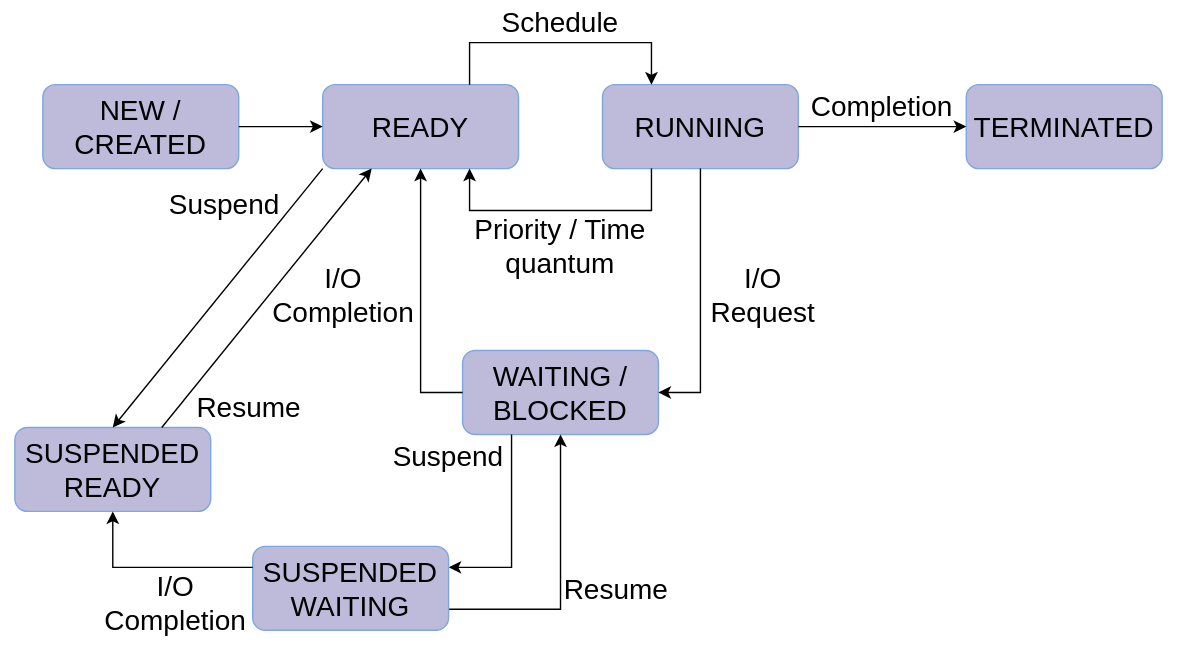
Above: content/chapters/compute/lecture/media/thread-states-extended.svg in VladNastase/operating-systems (draw.io), before the change. Source tidied: cells renumbered, new cells last; positions are measured from the earlier drawing's top-left corner, leaving out a move shared by most shapes. The source it was exported from:
```xml
<mxGraphModel>
  <root>
    <mxCell id="0" />
    <mxCell id="1" parent="0" />
    <mxCell id="2" style="rounded=0;whiteSpace=wrap;html=1;fontSize=20;strokeColor=#FFFFFF;fillColor=#FFFFFF;" parent="1" vertex="1">
      <mxGeometry width="840" height="460" as="geometry" />
    </mxCell>
    <mxCell id="3" value="NEW / CREATED" style="rounded=1;whiteSpace=wrap;html=1;fontSize=20;fillColor=#bebada;strokeColor=#7EA6E0;" parent="1" vertex="1">
      <mxGeometry x="30" y="60" width="140" height="60" as="geometry" />
    </mxCell>
    <mxCell id="4" value="READY" style="rounded=1;whiteSpace=wrap;html=1;fontSize=20;fillColor=#bebada;strokeColor=#7EA6E0;" parent="1" vertex="1">
      <mxGeometry x="230" y="60" width="140" height="60" as="geometry" />
    </mxCell>
    <mxCell id="5" value="RUNNING" style="rounded=1;whiteSpace=wrap;html=1;fontSize=20;fillColor=#bebada;strokeColor=#7EA6E0;" parent="1" vertex="1">
      <mxGeometry x="430" y="60" width="140" height="60" as="geometry" />
    </mxCell>
    <mxCell id="6" value="TERMINATED" style="rounded=1;whiteSpace=wrap;html=1;fontSize=20;fillColor=#bebada;strokeColor=#7EA6E0;" parent="1" vertex="1">
      <mxGeometry x="690" y="60" width="140" height="60" as="geometry" />
    </mxCell>
    <mxCell id="7" value="WAITING / BLOCKED" style="rounded=1;whiteSpace=wrap;html=1;fontSize=20;fillColor=#bebada;strokeColor=#7EA6E0;" parent="1" vertex="1">
      <mxGeometry x="330" y="250" width="140" height="60" as="geometry" />
    </mxCell>
    <mxCell id="8" style="endArrow=classic;html=1;rounded=0;entryX=0;entryY=0.5;entryDx=0;entryDy=0;exitX=1;exitY=0.5;exitDx=0;exitDy=0;fontSize=20;" parent="1" edge="1" source="3" target="4">
      <mxGeometry relative="1" as="geometry" />
    </mxCell>
    <mxCell id="9" style="endArrow=classic;html=1;rounded=0;fontSize=20;entryX=0.25;entryY=0;entryDx=0;entryDy=0;exitX=0.75;exitY=0;exitDx=0;exitDy=0;" parent="1" edge="1" source="4" target="5">
      <mxGeometry relative="1" as="geometry">
        <Array as="points">
          <mxPoint x="335" y="30" />
          <mxPoint x="400" y="30" />
          <mxPoint x="465" y="30" />
        </Array>
      </mxGeometry>
    </mxCell>
    <mxCell id="10" style="endArrow=classic;html=1;rounded=0;fontSize=20;entryX=0.75;entryY=1;entryDx=0;entryDy=0;exitX=0.25;exitY=1;exitDx=0;exitDy=0;" parent="1" edge="1" source="5" target="4">
      <mxGeometry relative="1" as="geometry">
        <Array as="points">
          <mxPoint x="465" y="150" />
          <mxPoint x="400" y="150" />
          <mxPoint x="335" y="150" />
        </Array>
      </mxGeometry>
    </mxCell>
    <mxCell id="11" style="endArrow=classic;html=1;rounded=0;fontSize=20;entryX=1;entryY=0.5;entryDx=0;entryDy=0;exitX=0.5;exitY=1;exitDx=0;exitDy=0;" parent="1" edge="1" source="5" target="7">
      <mxGeometry relative="1" as="geometry">
        <Array as="points">
          <mxPoint x="500" y="280" />
        </Array>
      </mxGeometry>
    </mxCell>
    <mxCell id="12" style="endArrow=classic;html=1;rounded=0;fontSize=20;entryX=0.5;entryY=1;entryDx=0;entryDy=0;exitX=0;exitY=0.5;exitDx=0;exitDy=0;" parent="1" edge="1" source="7" target="4">
      <mxGeometry relative="1" as="geometry">
        <Array as="points">
          <mxPoint x="300" y="280" />
          <mxPoint x="300" y="260" />
        </Array>
      </mxGeometry>
    </mxCell>
    <mxCell id="13" value="Schedule" style="text;html=1;strokeColor=none;fillColor=none;align=center;verticalAlign=middle;whiteSpace=wrap;rounded=0;fontSize=20;" parent="1" vertex="1">
      <mxGeometry x="355" width="90" height="30" as="geometry" />
    </mxCell>
    <mxCell id="14" value="Priority / Time quantum" style="text;html=1;strokeColor=none;fillColor=none;align=center;verticalAlign=middle;whiteSpace=wrap;rounded=0;fontSize=20;" parent="1" vertex="1">
      <mxGeometry x="311.2" y="150" width="177.5" height="50" as="geometry" />
    </mxCell>
    <mxCell id="15" value="&lt;div style=&quot;font-size: 20px;&quot;&gt;I/O&lt;/div&gt;&lt;div style=&quot;font-size: 20px;&quot;&gt;Request&lt;br style=&quot;font-size: 20px;&quot;&gt;&lt;/div&gt;" style="text;html=1;strokeColor=none;fillColor=none;align=center;verticalAlign=middle;whiteSpace=wrap;rounded=0;fontSize=20;" parent="1" vertex="1">
      <mxGeometry x="500" y="195" width="90" height="30" as="geometry" />
    </mxCell>
    <mxCell id="16" value="&lt;div style=&quot;font-size: 20px;&quot;&gt;I/O&lt;/div&gt;&lt;div style=&quot;font-size: 20px;&quot;&gt;Completion&lt;br style=&quot;font-size: 20px;&quot;&gt;&lt;/div&gt;" style="text;html=1;strokeColor=none;fillColor=none;align=center;verticalAlign=middle;whiteSpace=wrap;rounded=0;fontSize=20;" parent="1" vertex="1">
      <mxGeometry x="190" y="190" width="110" height="40" as="geometry" />
    </mxCell>
    <mxCell id="17" style="endArrow=classic;html=1;rounded=0;fontSize=20;entryX=0;entryY=0.5;entryDx=0;entryDy=0;exitX=1;exitY=0.5;exitDx=0;exitDy=0;" parent="1" edge="1" source="5" target="6">
      <mxGeometry relative="1" as="geometry" />
    </mxCell>
    <mxCell id="18" value="Completion" style="text;html=1;strokeColor=none;fillColor=none;align=center;verticalAlign=middle;whiteSpace=wrap;rounded=0;fontSize=20;" parent="1" vertex="1">
      <mxGeometry x="580" y="60" width="100" height="30" as="geometry" />
    </mxCell>
    <mxCell id="19" style="endArrow=classic;html=1;rounded=0;fontSize=20;entryX=0.5;entryY=1;entryDx=0;entryDy=0;exitX=1;exitY=0.75;exitDx=0;exitDy=0;" parent="1" edge="1" source="28" target="7">
      <mxGeometry relative="1" as="geometry">
        <Array as="points">
          <mxPoint x="400" y="435" />
        </Array>
      </mxGeometry>
    </mxCell>
    <mxCell id="20" style="endArrow=classic;html=1;rounded=0;fontSize=20;entryX=1;entryY=0.25;entryDx=0;entryDy=0;exitX=0.25;exitY=1;exitDx=0;exitDy=0;" parent="1" edge="1" source="7" target="28">
      <mxGeometry relative="1" as="geometry">
        <Array as="points">
          <mxPoint x="365" y="405" />
        </Array>
      </mxGeometry>
    </mxCell>
    <mxCell id="21" value="&lt;div style=&quot;font-size: 20px;&quot;&gt;SUSPENDED&lt;/div&gt;&lt;div style=&quot;font-size: 20px;&quot;&gt;READY&lt;br style=&quot;font-size: 20px;&quot;&gt;&lt;/div&gt;" style="rounded=1;whiteSpace=wrap;html=1;fontSize=20;fillColor=#bebada;strokeColor=#7EA6E0;" parent="1" vertex="1">
      <mxGeometry x="10" y="305" width="140" height="60" as="geometry" />
    </mxCell>
    <mxCell id="22" style="endArrow=classic;html=1;rounded=0;fontSize=20;entryX=0.25;entryY=1;entryDx=0;entryDy=0;exitX=0.75;exitY=0;exitDx=0;exitDy=0;" parent="1" edge="1" source="21" target="4">
      <mxGeometry relative="1" as="geometry" />
    </mxCell>
    <mxCell id="23" style="endArrow=classic;html=1;rounded=0;fontSize=20;entryX=0.5;entryY=0;entryDx=0;entryDy=0;exitX=0;exitY=1;exitDx=0;exitDy=0;" parent="1" edge="1" source="4" target="21">
      <mxGeometry relative="1" as="geometry" />
    </mxCell>
    <mxCell id="24" value="&lt;div style=&quot;font-size: 20px;&quot;&gt;Resume&lt;/div&gt;" style="text;html=1;strokeColor=none;fillColor=none;align=center;verticalAlign=middle;whiteSpace=wrap;rounded=0;fontSize=20;rotation=0;" parent="1" vertex="1">
      <mxGeometry x="140" y="275" width="75" height="30" as="geometry" />
    </mxCell>
    <mxCell id="25" value="Suspend" style="text;html=1;strokeColor=none;fillColor=none;align=center;verticalAlign=middle;whiteSpace=wrap;rounded=0;fontSize=20;rotation=0;" parent="1" vertex="1">
      <mxGeometry x="120" y="130" width="80" height="30" as="geometry" />
    </mxCell>
    <mxCell id="26" value="Resume" style="text;html=1;strokeColor=none;fillColor=none;align=center;verticalAlign=middle;whiteSpace=wrap;rounded=0;fontSize=20;" parent="1" vertex="1">
      <mxGeometry x="400" y="405" width="80" height="30" as="geometry" />
    </mxCell>
    <mxCell id="27" value="Suspend" style="text;html=1;strokeColor=none;fillColor=none;align=center;verticalAlign=middle;whiteSpace=wrap;rounded=0;fontSize=20;" parent="1" vertex="1">
      <mxGeometry x="280" y="310" width="80" height="30" as="geometry" />
    </mxCell>
    <mxCell id="28" value="&lt;div style=&quot;font-size: 20px;&quot;&gt;SUSPENDED&lt;/div&gt;&lt;div style=&quot;font-size: 20px;&quot;&gt;WAITING&lt;br style=&quot;font-size: 20px;&quot;&gt;&lt;/div&gt;" style="rounded=1;whiteSpace=wrap;html=1;fontSize=20;fillColor=#bebada;strokeColor=#7EA6E0;" parent="1" vertex="1">
      <mxGeometry x="180" y="390" width="140" height="60" as="geometry" />
    </mxCell>
    <mxCell id="29" style="endArrow=classic;html=1;rounded=0;entryX=0.5;entryY=1;entryDx=0;entryDy=0;exitX=0;exitY=0.25;exitDx=0;exitDy=0;fontSize=20;" parent="1" edge="1" source="28" target="21">
      <mxGeometry relative="1" as="geometry">
        <Array as="points">
          <mxPoint x="80" y="405" />
        </Array>
      </mxGeometry>
    </mxCell>
    <mxCell id="30" value="&lt;div style=&quot;font-size: 20px;&quot;&gt;I/O&lt;/div&gt;&lt;div style=&quot;font-size: 20px;&quot;&gt;Completion&lt;br style=&quot;font-size: 20px;&quot;&gt;&lt;/div&gt;" style="text;html=1;strokeColor=none;fillColor=none;align=center;verticalAlign=middle;whiteSpace=wrap;rounded=0;fontSize=20;" parent="1" vertex="1">
      <mxGeometry x="70" y="410" width="110" height="40" as="geometry" />
    </mxCell>
  </root>
</mxGraphModel>
```
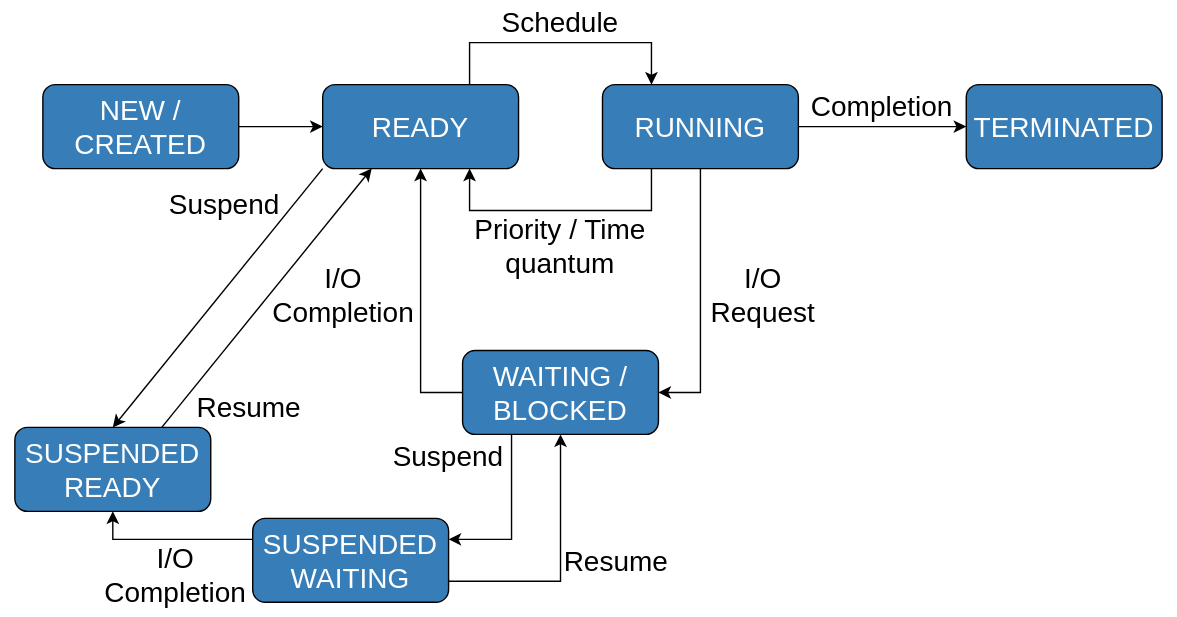
The same diagram one commit later.

What changed in the source:
```diff
@@ -2,22 +2,22 @@
   <root>
     <mxCell id="0" />
     <mxCell id="1" parent="0" />
-    <mxCell id="2" style="rounded=0;whiteSpace=wrap;html=1;fontSize=20;strokeColor=#FFFFFF;fillColor=#FFFFFF;" parent="1" vertex="1">
-      <mxGeometry width="840" height="460" as="geometry" />
+    <mxCell id="2" style="rounded=1;whiteSpace=wrap;html=1;fontSize=20;strokeColor=none;fillColor=#FFFFFF;" parent="1" vertex="1">
+      <mxGeometry width="840" height="440" as="geometry" />
     </mxCell>
-    <mxCell id="3" value="NEW / CREATED" style="rounded=1;whiteSpace=wrap;html=1;fontSize=20;fillColor=#bebada;strokeColor=#7EA6E0;" parent="1" vertex="1">
+    <mxCell id="3" value="NEW / CREATED" style="rounded=1;whiteSpace=wrap;html=1;fontSize=20;fillColor=#377EB8;strokeColor=#000000;fontColor=#FFFFFF;" parent="1" vertex="1">
       <mxGeometry x="30" y="60" width="140" height="60" as="geometry" />
     </mxCell>
-    <mxCell id="4" value="READY" style="rounded=1;whiteSpace=wrap;html=1;fontSize=20;fillColor=#bebada;strokeColor=#7EA6E0;" parent="1" vertex="1">
+    <mxCell id="4" value="READY" style="rounded=1;whiteSpace=wrap;html=1;fontSize=20;fillColor=#377EB8;strokeColor=#000000;fontColor=#FFFFFF;" parent="1" vertex="1">
       <mxGeometry x="230" y="60" width="140" height="60" as="geometry" />
     </mxCell>
-    <mxCell id="5" value="RUNNING" style="rounded=1;whiteSpace=wrap;html=1;fontSize=20;fillColor=#bebada;strokeColor=#7EA6E0;" parent="1" vertex="1">
+    <mxCell id="5" value="RUNNING" style="rounded=1;whiteSpace=wrap;html=1;fontSize=20;fillColor=#377EB8;strokeColor=#000000;fontColor=#FFFFFF;" parent="1" vertex="1">
       <mxGeometry x="430" y="60" width="140" height="60" as="geometry" />
     </mxCell>
-    <mxCell id="6" value="TERMINATED" style="rounded=1;whiteSpace=wrap;html=1;fontSize=20;fillColor=#bebada;strokeColor=#7EA6E0;" parent="1" vertex="1">
+    <mxCell id="6" value="TERMINATED" style="rounded=1;whiteSpace=wrap;html=1;fontSize=20;fillColor=#377EB8;strokeColor=#000000;fontColor=#FFFFFF;" parent="1" vertex="1">
       <mxGeometry x="690" y="60" width="140" height="60" as="geometry" />
     </mxCell>
-    <mxCell id="7" value="WAITING / BLOCKED" style="rounded=1;whiteSpace=wrap;html=1;fontSize=20;fillColor=#bebada;strokeColor=#7EA6E0;" parent="1" vertex="1">
+    <mxCell id="7" value="WAITING / BLOCKED" style="rounded=1;whiteSpace=wrap;html=1;fontSize=20;fillColor=#377EB8;strokeColor=#000000;fontColor=#FFFFFF;" parent="1" vertex="1">
       <mxGeometry x="330" y="250" width="140" height="60" as="geometry" />
     </mxCell>
     <mxCell id="8" style="endArrow=classic;html=1;rounded=0;entryX=0;entryY=0.5;entryDx=0;entryDy=0;exitX=1;exitY=0.5;exitDx=0;exitDy=0;fontSize=20;" parent="1" edge="1" source="3" target="4">
@@ -77,18 +77,18 @@
     <mxCell id="19" style="endArrow=classic;html=1;rounded=0;fontSize=20;entryX=0.5;entryY=1;entryDx=0;entryDy=0;exitX=1;exitY=0.75;exitDx=0;exitDy=0;" parent="1" edge="1" source="28" target="7">
       <mxGeometry relative="1" as="geometry">
         <Array as="points">
-          <mxPoint x="400" y="435" />
+          <mxPoint x="400" y="415" />
         </Array>
       </mxGeometry>
     </mxCell>
     <mxCell id="20" style="endArrow=classic;html=1;rounded=0;fontSize=20;entryX=1;entryY=0.25;entryDx=0;entryDy=0;exitX=0.25;exitY=1;exitDx=0;exitDy=0;" parent="1" edge="1" source="7" target="28">
       <mxGeometry relative="1" as="geometry">
         <Array as="points">
-          <mxPoint x="365" y="405" />
+          <mxPoint x="365" y="385" />
         </Array>
       </mxGeometry>
     </mxCell>
-    <mxCell id="21" value="&lt;div style=&quot;font-size: 20px;&quot;&gt;SUSPENDED&lt;/div&gt;&lt;div style=&quot;font-size: 20px;&quot;&gt;READY&lt;br style=&quot;font-size: 20px;&quot;&gt;&lt;/div&gt;" style="rounded=1;whiteSpace=wrap;html=1;fontSize=20;fillColor=#bebada;strokeColor=#7EA6E0;" parent="1" vertex="1">
+    <mxCell id="21" value="&lt;div style=&quot;font-size: 20px;&quot;&gt;SUSPENDED&lt;/div&gt;&lt;div style=&quot;font-size: 20px;&quot;&gt;READY&lt;br style=&quot;font-size: 20px;&quot;&gt;&lt;/div&gt;" style="rounded=1;whiteSpace=wrap;html=1;fontSize=20;fillColor=#377EB8;strokeColor=#000000;fontColor=#FFFFFF;" parent="1" vertex="1">
       <mxGeometry x="10" y="305" width="140" height="60" as="geometry" />
     </mxCell>
     <mxCell id="22" style="endArrow=classic;html=1;rounded=0;fontSize=20;entryX=0.25;entryY=1;entryDx=0;entryDy=0;exitX=0.75;exitY=0;exitDx=0;exitDy=0;" parent="1" edge="1" source="21" target="4">
@@ -104,23 +104,23 @@
       <mxGeometry x="120" y="130" width="80" height="30" as="geometry" />
     </mxCell>
     <mxCell id="26" value="Resume" style="text;html=1;strokeColor=none;fillColor=none;align=center;verticalAlign=middle;whiteSpace=wrap;rounded=0;fontSize=20;" parent="1" vertex="1">
-      <mxGeometry x="400" y="405" width="80" height="30" as="geometry" />
+      <mxGeometry x="400" y="385" width="80" height="30" as="geometry" />
     </mxCell>
     <mxCell id="27" value="Suspend" style="text;html=1;strokeColor=none;fillColor=none;align=center;verticalAlign=middle;whiteSpace=wrap;rounded=0;fontSize=20;" parent="1" vertex="1">
       <mxGeometry x="280" y="310" width="80" height="30" as="geometry" />
     </mxCell>
-    <mxCell id="28" value="&lt;div style=&quot;font-size: 20px;&quot;&gt;SUSPENDED&lt;/div&gt;&lt;div style=&quot;font-size: 20px;&quot;&gt;WAITING&lt;br style=&quot;font-size: 20px;&quot;&gt;&lt;/div&gt;" style="rounded=1;whiteSpace=wrap;html=1;fontSize=20;fillColor=#bebada;strokeColor=#7EA6E0;" parent="1" vertex="1">
-      <mxGeometry x="180" y="390" width="140" height="60" as="geometry" />
+    <mxCell id="28" value="&lt;div style=&quot;font-size: 20px;&quot;&gt;SUSPENDED&lt;/div&gt;&lt;div style=&quot;font-size: 20px;&quot;&gt;WAITING&lt;br style=&quot;font-size: 20px;&quot;&gt;&lt;/div&gt;" style="rounded=1;whiteSpace=wrap;html=1;fontSize=20;fillColor=#377EB8;strokeColor=#000000;fontColor=#FFFFFF;" parent="1" vertex="1">
+      <mxGeometry x="180" y="370" width="140" height="60" as="geometry" />
     </mxCell>
     <mxCell id="29" style="endArrow=classic;html=1;rounded=0;entryX=0.5;entryY=1;entryDx=0;entryDy=0;exitX=0;exitY=0.25;exitDx=0;exitDy=0;fontSize=20;" parent="1" edge="1" source="28" target="21">
       <mxGeometry relative="1" as="geometry">
         <Array as="points">
-          <mxPoint x="80" y="405" />
+          <mxPoint x="80" y="385" />
         </Array>
       </mxGeometry>
     </mxCell>
     <mxCell id="30" value="&lt;div style=&quot;font-size: 20px;&quot;&gt;I/O&lt;/div&gt;&lt;div style=&quot;font-size: 20px;&quot;&gt;Completion&lt;br style=&quot;font-size: 20px;&quot;&gt;&lt;/div&gt;" style="text;html=1;strokeColor=none;fillColor=none;align=center;verticalAlign=middle;whiteSpace=wrap;rounded=0;fontSize=20;" parent="1" vertex="1">
-      <mxGeometry x="70" y="410" width="110" height="40" as="geometry" />
+      <mxGeometry x="70" y="390" width="110" height="40" as="geometry" />
     </mxCell>
   </root>
 </mxGraphModel>
```
